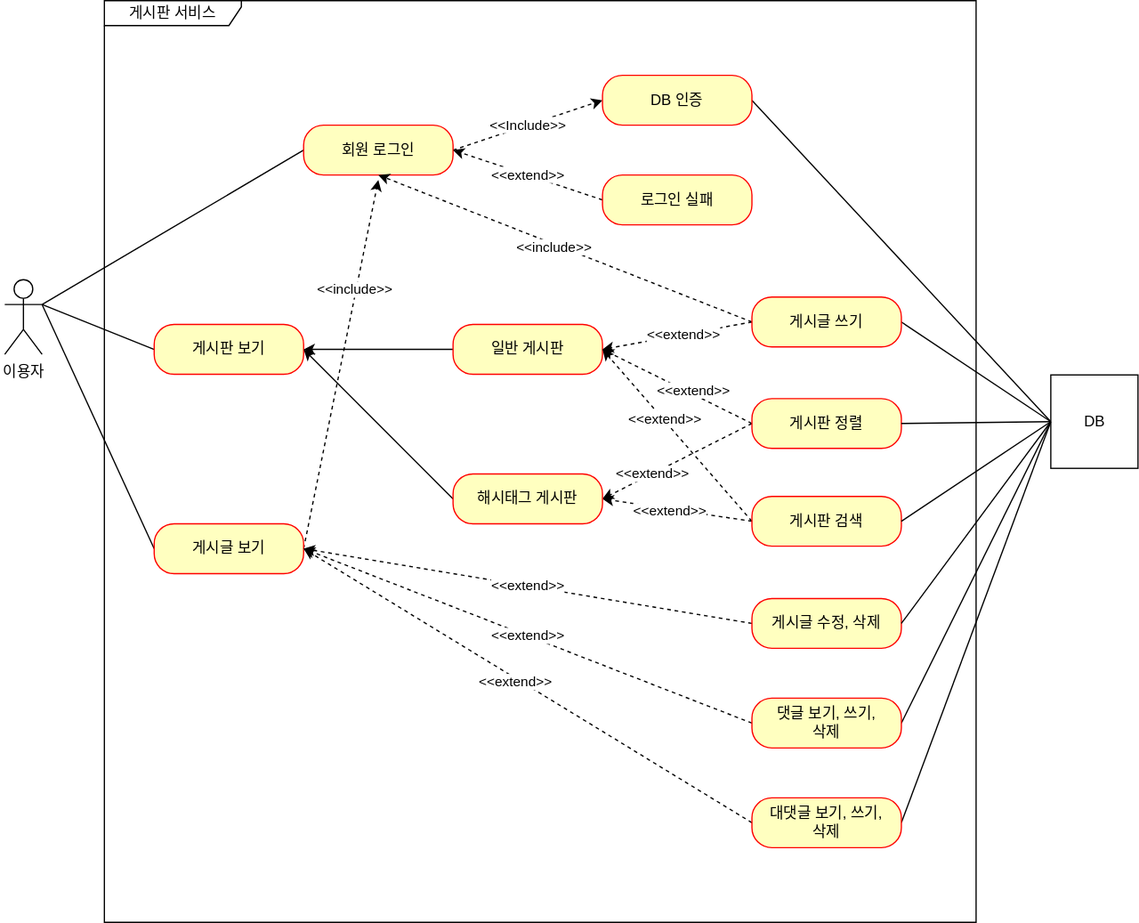
Above: document/usecase diagram.drawio.svg in k1064190/fastcampus-project-board (draw.io), before the change. Source tidied: cells renumbered, new cells last; positions are measured from the earlier drawing's top-left corner, leaving out a move shared by most shapes.
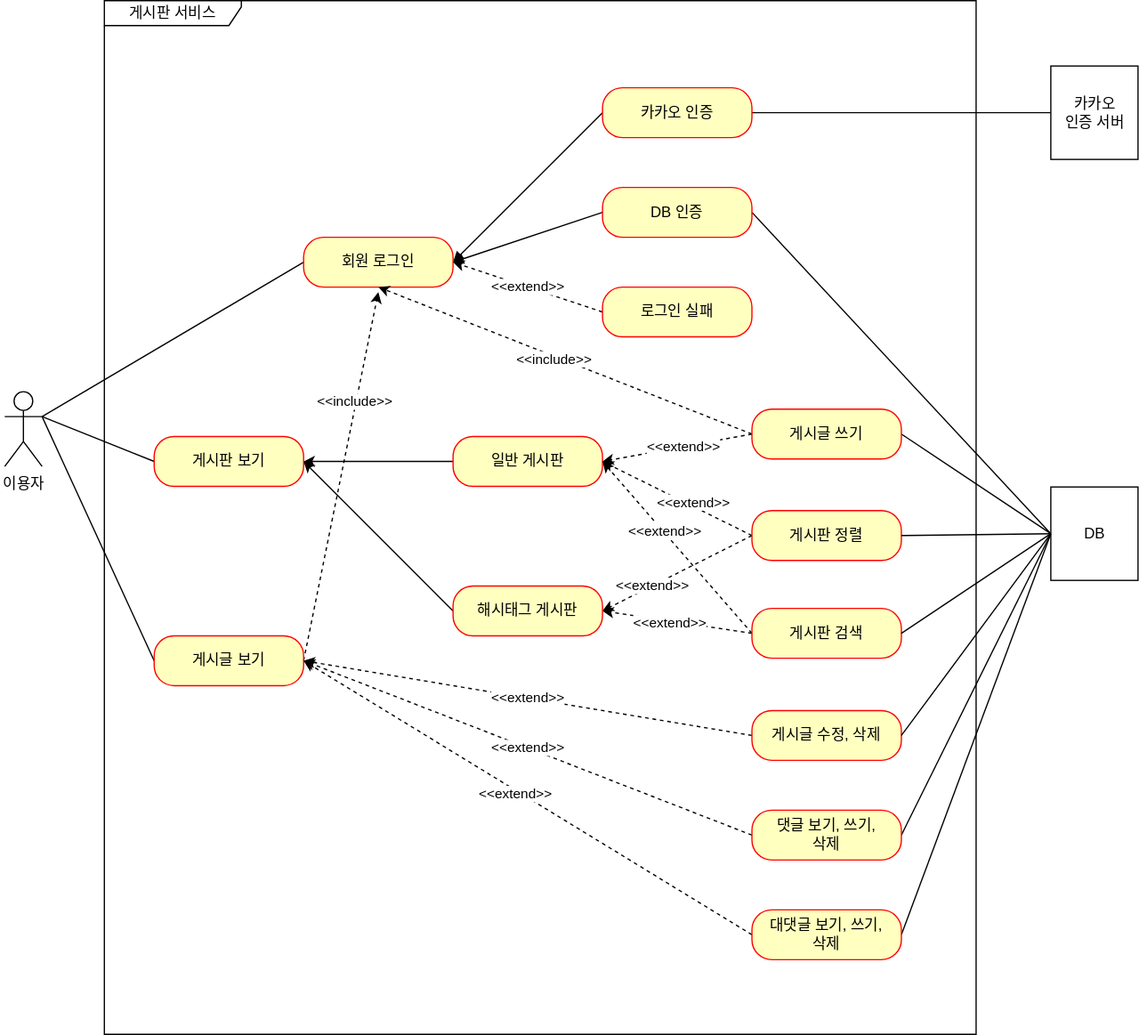
Above is the later version.

Commit message:
#46 - 카카오 인증 유즈 케이스 추가

대댓글은 미리 표현하였음.

The edit, as a diff of the source:
```diff
@@ -6,7 +6,7 @@
       <mxGeometry y="224" width="30" height="60" as="geometry" />
     </mxCell>
     <mxCell id="3" value="게시판 서비스" style="shape=umlFrame;whiteSpace=wrap;html=1;width=110;height=20;" parent="1" vertex="1">
-      <mxGeometry x="80" width="700" height="740" as="geometry" />
+      <mxGeometry x="80" y="-90" width="700" height="830" as="geometry" />
     </mxCell>
     <mxCell id="4" style="rounded=0;jettySize=auto;html=1;exitX=0;exitY=0.5;exitDx=0;exitDy=0;entryX=1;entryY=0.5;entryDx=0;entryDy=0;" parent="1" edge="1" source="5" target="7">
       <mxGeometry relative="1" as="geometry" />
@@ -41,9 +41,14 @@
         <mxPoint x="30" y="244" as="targetPoint" />
       </mxGeometry>
     </mxCell>
-    <mxCell id="13" value="&amp;lt;&amp;lt;Include&amp;gt;&amp;gt;" style="rounded=0;jettySize=auto;html=1;exitX=1;exitY=0.5;exitDx=0;exitDy=0;entryX=0;entryY=0.5;entryDx=0;entryDy=0;dashed=1;" parent="1" edge="1" source="14" target="16">
-      <mxGeometry relative="1" as="geometry" />
+    <mxCell id="13" style="rounded=0;jettySize=auto;html=1;exitX=1;exitY=0.5;exitDx=0;exitDy=0;entryX=0;entryY=0.5;entryDx=0;entryDy=0;endArrow=none;endFill=0;startArrow=block;startFill=1;" parent="1" edge="1" source="14" target="16">
+      <mxGeometry x="0.45" y="-41" relative="1" as="geometry" />
     </mxCell>
+    <mxCell id="52" style="jettySize=auto;html=1;entryX=0;entryY=0.5;entryDx=0;entryDy=0;rounded=0;endArrow=none;endFill=0;startArrow=block;startFill=1;" parent="1" edge="1" target="54">
+      <mxGeometry relative="1" as="geometry">
+        <mxPoint x="360" y="120" as="sourcePoint" />
+      </mxGeometry>
+    </mxCell>
     <mxCell id="14" value="회원 로그인" style="rounded=1;whiteSpace=wrap;html=1;arcSize=40;fontColor=#000000;fillColor=#ffffc0;strokeColor=#ff0000;" parent="1" vertex="1">
       <mxGeometry x="240" y="100" width="120" height="40" as="geometry" />
     </mxCell>
@@ -162,5 +167,14 @@
     <mxCell id="51" value="대댓글 보기, 쓰기,&lt;br&gt;삭제" style="rounded=1;whiteSpace=wrap;html=1;arcSize=40;fontColor=#000000;fillColor=#ffffc0;strokeColor=#ff0000;" parent="1" vertex="1">
       <mxGeometry x="600" y="640" width="120" height="40" as="geometry" />
     </mxCell>
+    <mxCell id="53" style="edgeStyle=none;rounded=0;jettySize=auto;html=1;entryX=0;entryY=0.5;entryDx=0;entryDy=0;endArrow=none;endFill=0;" parent="1" edge="1" source="54" target="55">
+      <mxGeometry relative="1" as="geometry" />
+    </mxCell>
+    <mxCell id="54" value="카카오 인증" style="rounded=1;whiteSpace=wrap;html=1;arcSize=40;fontColor=#000000;fillColor=#ffffc0;strokeColor=#ff0000;" parent="1" vertex="1">
+      <mxGeometry x="480" y="-20" width="120" height="40" as="geometry" />
+    </mxCell>
+    <mxCell id="55" value="카카오&lt;br&gt;인증 서버" style="html=1;" parent="1" vertex="1">
+      <mxGeometry x="840" y="-37.5" width="70" height="75" as="geometry" />
+    </mxCell>
   </root>
 </mxGraphModel>
```
